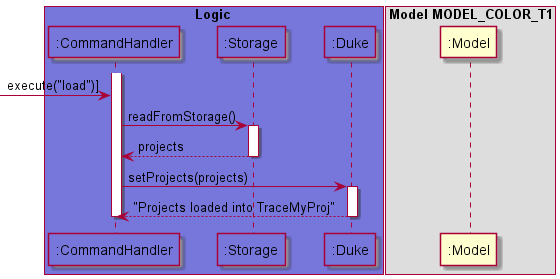
s-t-e-f/tp keeps this PlantUML diagram as docs/puml_img/Load.png. Above is the earlier version. Source of this version:
```plantuml
@startuml
!include Style.puml

box Logic LOGIC_COLOR_T1
participant ":CommandHandler" as CommandHandler LOGIC_COLOR_T1
participant ":Storage" as Storage LOGIC_COLOR_T1
participant ":Duke" as Duke LOGIC_COLOR_T1
end box

box Model MODEL_COLOR_T1
participant ":Model" as MODEL_COLOR
end box

activate CommandHandler
[-> CommandHandler : execute("load")]

CommandHandler -> Storage :  readFromStorage()
activate Storage

Storage --> CommandHandler : projects
deactivate Storage

CommandHandler -> Duke : setProjects(projects)
activate Duke

Duke --> CommandHandler : "Projects loaded into TraceMyProj"
deactivate Duke

deactivate CommandHandler

@enduml
```
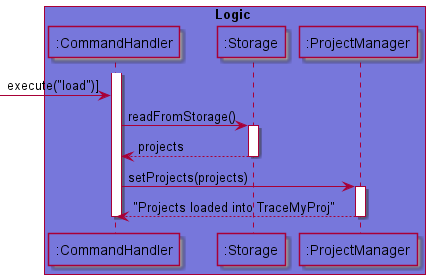
Above is the later version.

Commit message:
Refactor: Load and Save and Update diags

Change to the diagram source:
```diff
@@ -4,11 +4,7 @@
 box Logic LOGIC_COLOR_T1
 participant ":CommandHandler" as CommandHandler LOGIC_COLOR_T1
 participant ":Storage" as Storage LOGIC_COLOR_T1
-participant ":Duke" as Duke LOGIC_COLOR_T1
-end box
-
-box Model MODEL_COLOR_T1
-participant ":Model" as MODEL_COLOR
+participant ":ProjectManager" as ProjectManager LOGIC_COLOR_T1
 end box
 
 activate CommandHandler
@@ -20,11 +16,11 @@
 Storage --> CommandHandler : projects
 deactivate Storage
 
-CommandHandler -> Duke : setProjects(projects)
-activate Duke
+CommandHandler -> ProjectManager : setProjects(projects)
+activate ProjectManager
 
-Duke --> CommandHandler : "Projects loaded into TraceMyProj"
-deactivate Duke
+ProjectManager --> CommandHandler : "Projects loaded into TraceMyProj"
+deactivate ProjectManager
 
 deactivate CommandHandler
 
```
